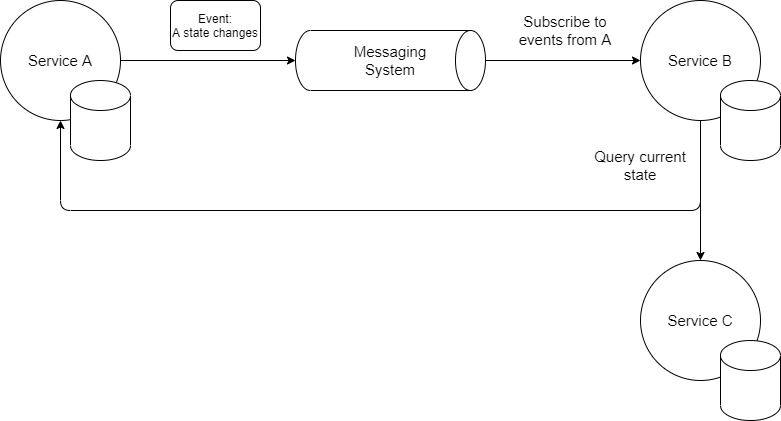
Above: images/eventnotification.png in duyhieuvo/master-thesis (draw.io), before the change. Source tidied: cells renumbered, new cells last; positions are measured from the earlier drawing's top-left corner, leaving out a move shared by most shapes. Source of this version:
```xml
<mxGraphModel>
  <root>
    <mxCell id="0" />
    <mxCell id="1" parent="0" />
    <mxCell id="2" value="&lt;font style=&quot;font-size: 15px&quot;&gt;Service A&lt;/font&gt;" style="ellipse;whiteSpace=wrap;html=1;" parent="1" vertex="1">
      <mxGeometry y="35" width="120" height="120" as="geometry" />
    </mxCell>
    <mxCell id="3" value="&lt;font style=&quot;font-size: 15px&quot;&gt;Service B&lt;/font&gt;" style="ellipse;whiteSpace=wrap;html=1;" parent="1" vertex="1">
      <mxGeometry x="640" y="35" width="120" height="120" as="geometry" />
    </mxCell>
    <mxCell id="4" style="shape=cylinder3;whiteSpace=wrap;html=1;boundedLbl=1;backgroundOutline=1;size=15;" parent="1" vertex="1">
      <mxGeometry x="70" y="115" width="60" height="80" as="geometry" />
    </mxCell>
    <mxCell id="5" style="shape=cylinder3;whiteSpace=wrap;html=1;boundedLbl=1;backgroundOutline=1;size=15;" parent="1" vertex="1">
      <mxGeometry x="720" y="115" width="60" height="80" as="geometry" />
    </mxCell>
    <mxCell id="6" value="&lt;font style=&quot;font-size: 15px&quot;&gt;Service C&lt;/font&gt;" style="ellipse;whiteSpace=wrap;html=1;" parent="1" vertex="1">
      <mxGeometry x="640" y="295" width="120" height="120" as="geometry" />
    </mxCell>
    <mxCell id="7" style="shape=cylinder3;whiteSpace=wrap;html=1;boundedLbl=1;backgroundOutline=1;size=15;" parent="1" vertex="1">
      <mxGeometry x="720" y="375" width="60" height="80" as="geometry" />
    </mxCell>
    <mxCell id="8" style="shape=cylinder3;whiteSpace=wrap;html=1;boundedLbl=1;backgroundOutline=1;size=15;rotation=90;" parent="1" vertex="1">
      <mxGeometry x="360" width="60" height="190" as="geometry" />
    </mxCell>
    <mxCell id="9" value="&lt;font style=&quot;font-size: 15px&quot;&gt;Messaging System&lt;/font&gt;" style="text;html=1;strokeColor=none;fillColor=none;align=center;verticalAlign=middle;whiteSpace=wrap;rounded=0;" parent="1" vertex="1">
      <mxGeometry x="370" y="85" width="40" height="20" as="geometry" />
    </mxCell>
    <mxCell id="10" style="endArrow=classic;html=1;exitX=1;exitY=0.5;exitDx=0;exitDy=0;entryX=0.5;entryY=1;entryDx=0;entryDy=0;entryPerimeter=0;" parent="1" edge="1" source="2" target="8">
      <mxGeometry relative="1" as="geometry" />
    </mxCell>
    <mxCell id="11" value="Event:&lt;br&gt;A state changes" style="rounded=1;whiteSpace=wrap;html=1;" parent="1" vertex="1">
      <mxGeometry x="170" y="35" width="90" height="50" as="geometry" />
    </mxCell>
    <mxCell id="12" style="endArrow=classic;html=1;exitX=0.5;exitY=0;exitDx=0;exitDy=0;exitPerimeter=0;entryX=0;entryY=0.5;entryDx=0;entryDy=0;" parent="1" edge="1" source="8" target="3">
      <mxGeometry relative="1" as="geometry" />
    </mxCell>
    <mxCell id="13" style="endArrow=classic;html=1;exitX=0.5;exitY=1;exitDx=0;exitDy=0;entryX=0.5;entryY=0;entryDx=0;entryDy=0;" parent="1" edge="1" source="3" target="6">
      <mxGeometry relative="1" as="geometry" />
    </mxCell>
    <mxCell id="14" style="endArrow=classic;html=1;exitX=0.5;exitY=1;exitDx=0;exitDy=0;entryX=0.5;entryY=1;entryDx=0;entryDy=0;" parent="1" edge="1" source="3" target="2">
      <mxGeometry relative="1" as="geometry">
        <Array as="points">
          <mxPoint x="700" y="205" />
          <mxPoint x="700" y="245" />
          <mxPoint x="60" y="245" />
        </Array>
      </mxGeometry>
    </mxCell>
    <mxCell id="15" value="&lt;font style=&quot;font-size: 15px&quot;&gt;Query current state&lt;/font&gt;" style="text;html=1;strokeColor=none;fillColor=none;align=center;verticalAlign=middle;whiteSpace=wrap;rounded=0;" parent="1" vertex="1">
      <mxGeometry x="590" y="190" width="100" height="20" as="geometry" />
    </mxCell>
    <mxCell id="16" value="&lt;font style=&quot;font-size: 15px&quot;&gt;Subscribe to events from A&lt;/font&gt;" style="text;html=1;strokeColor=none;fillColor=none;align=center;verticalAlign=middle;whiteSpace=wrap;rounded=0;" parent="1" vertex="1">
      <mxGeometry x="510" y="55" width="110" height="20" as="geometry" />
    </mxCell>
  </root>
</mxGraphModel>
```
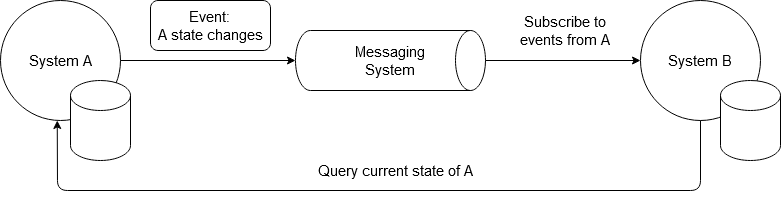
The same file after the commit.

What changed in the source:
```diff
@@ -2,10 +2,10 @@
   <root>
     <mxCell id="0" />
     <mxCell id="1" parent="0" />
-    <mxCell id="2" value="&lt;font style=&quot;font-size: 15px&quot;&gt;Service A&lt;/font&gt;" style="ellipse;whiteSpace=wrap;html=1;" parent="1" vertex="1">
+    <mxCell id="2" value="&lt;font style=&quot;font-size: 15px&quot;&gt;System A&lt;/font&gt;" style="ellipse;whiteSpace=wrap;html=1;" parent="1" vertex="1">
       <mxGeometry y="35" width="120" height="120" as="geometry" />
     </mxCell>
-    <mxCell id="3" value="&lt;font style=&quot;font-size: 15px&quot;&gt;Service B&lt;/font&gt;" style="ellipse;whiteSpace=wrap;html=1;" parent="1" vertex="1">
+    <mxCell id="3" value="&lt;font style=&quot;font-size: 15px&quot;&gt;System B&lt;/font&gt;" style="ellipse;whiteSpace=wrap;html=1;" parent="1" vertex="1">
       <mxGeometry x="640" y="35" width="120" height="120" as="geometry" />
     </mxCell>
     <mxCell id="4" style="shape=cylinder3;whiteSpace=wrap;html=1;boundedLbl=1;backgroundOutline=1;size=15;" parent="1" vertex="1">
@@ -14,12 +14,6 @@
     <mxCell id="5" style="shape=cylinder3;whiteSpace=wrap;html=1;boundedLbl=1;backgroundOutline=1;size=15;" parent="1" vertex="1">
       <mxGeometry x="720" y="115" width="60" height="80" as="geometry" />
     </mxCell>
-    <mxCell id="6" value="&lt;font style=&quot;font-size: 15px&quot;&gt;Service C&lt;/font&gt;" style="ellipse;whiteSpace=wrap;html=1;" parent="1" vertex="1">
-      <mxGeometry x="640" y="295" width="120" height="120" as="geometry" />
-    </mxCell>
-    <mxCell id="7" style="shape=cylinder3;whiteSpace=wrap;html=1;boundedLbl=1;backgroundOutline=1;size=15;" parent="1" vertex="1">
-      <mxGeometry x="720" y="375" width="60" height="80" as="geometry" />
-    </mxCell>
     <mxCell id="8" style="shape=cylinder3;whiteSpace=wrap;html=1;boundedLbl=1;backgroundOutline=1;size=15;rotation=90;" parent="1" vertex="1">
       <mxGeometry x="360" width="60" height="190" as="geometry" />
     </mxCell>
@@ -29,29 +23,25 @@
     <mxCell id="10" style="endArrow=classic;html=1;exitX=1;exitY=0.5;exitDx=0;exitDy=0;entryX=0.5;entryY=1;entryDx=0;entryDy=0;entryPerimeter=0;" parent="1" edge="1" source="2" target="8">
       <mxGeometry relative="1" as="geometry" />
     </mxCell>
-    <mxCell id="11" value="Event:&lt;br&gt;A state changes" style="rounded=1;whiteSpace=wrap;html=1;" parent="1" vertex="1">
-      <mxGeometry x="170" y="35" width="90" height="50" as="geometry" />
+    <mxCell id="11" value="&lt;font style=&quot;font-size: 15px&quot;&gt;Event:&lt;br&gt;A state changes&lt;/font&gt;" style="rounded=1;whiteSpace=wrap;html=1;" parent="1" vertex="1">
+      <mxGeometry x="150" y="35" width="120" height="50" as="geometry" />
     </mxCell>
     <mxCell id="12" style="endArrow=classic;html=1;exitX=0.5;exitY=0;exitDx=0;exitDy=0;exitPerimeter=0;entryX=0;entryY=0.5;entryDx=0;entryDy=0;" parent="1" edge="1" source="8" target="3">
       <mxGeometry relative="1" as="geometry" />
     </mxCell>
-    <mxCell id="13" style="endArrow=classic;html=1;exitX=0.5;exitY=1;exitDx=0;exitDy=0;entryX=0.5;entryY=0;entryDx=0;entryDy=0;" parent="1" edge="1" source="3" target="6">
-      <mxGeometry relative="1" as="geometry" />
-    </mxCell>
+    <mxCell id="16" value="&lt;font style=&quot;font-size: 15px&quot;&gt;Subscribe to events from A&lt;/font&gt;" style="text;html=1;strokeColor=none;fillColor=none;align=center;verticalAlign=middle;whiteSpace=wrap;rounded=0;" parent="1" vertex="1">
+      <mxGeometry x="510" y="55" width="110" height="20" as="geometry" />
+    </mxCell>
-    <mxCell id="14" style="endArrow=classic;html=1;exitX=0.5;exitY=1;exitDx=0;exitDy=0;entryX=0.5;entryY=1;entryDx=0;entryDy=0;" parent="1" edge="1" source="3" target="2">
+    <mxCell id="14" style="endArrow=classic;html=1;exitX=0.5;exitY=1;exitDx=0;exitDy=0;entryX=0.473;entryY=1;entryDx=0;entryDy=0;entryPerimeter=0;" parent="1" edge="1" source="3" target="2">
       <mxGeometry relative="1" as="geometry">
         <Array as="points">
-          <mxPoint x="700" y="205" />
-          <mxPoint x="700" y="245" />
-          <mxPoint x="60" y="245" />
+          <mxPoint x="700" y="225" />
+          <mxPoint x="57" y="225" />
         </Array>
       </mxGeometry>
     </mxCell>
-    <mxCell id="15" value="&lt;font style=&quot;font-size: 15px&quot;&gt;Query current state&lt;/font&gt;" style="text;html=1;strokeColor=none;fillColor=none;align=center;verticalAlign=middle;whiteSpace=wrap;rounded=0;" parent="1" vertex="1">
-      <mxGeometry x="590" y="190" width="100" height="20" as="geometry" />
-    </mxCell>
-    <mxCell id="16" value="&lt;font style=&quot;font-size: 15px&quot;&gt;Subscribe to events from A&lt;/font&gt;" style="text;html=1;strokeColor=none;fillColor=none;align=center;verticalAlign=middle;whiteSpace=wrap;rounded=0;" parent="1" vertex="1">
-      <mxGeometry x="510" y="55" width="110" height="20" as="geometry" />
-    </mxCell>
+    <mxCell id="17" value="&lt;font style=&quot;font-size: 15px&quot;&gt;Query current state of A&lt;/font&gt;" style="text;html=1;strokeColor=none;fillColor=none;align=center;verticalAlign=middle;whiteSpace=wrap;rounded=0;" parent="1" vertex="1">
+      <mxGeometry x="305" y="195" width="180" height="20" as="geometry" />
+    </mxCell>
   </root>
 </mxGraphModel>
```
